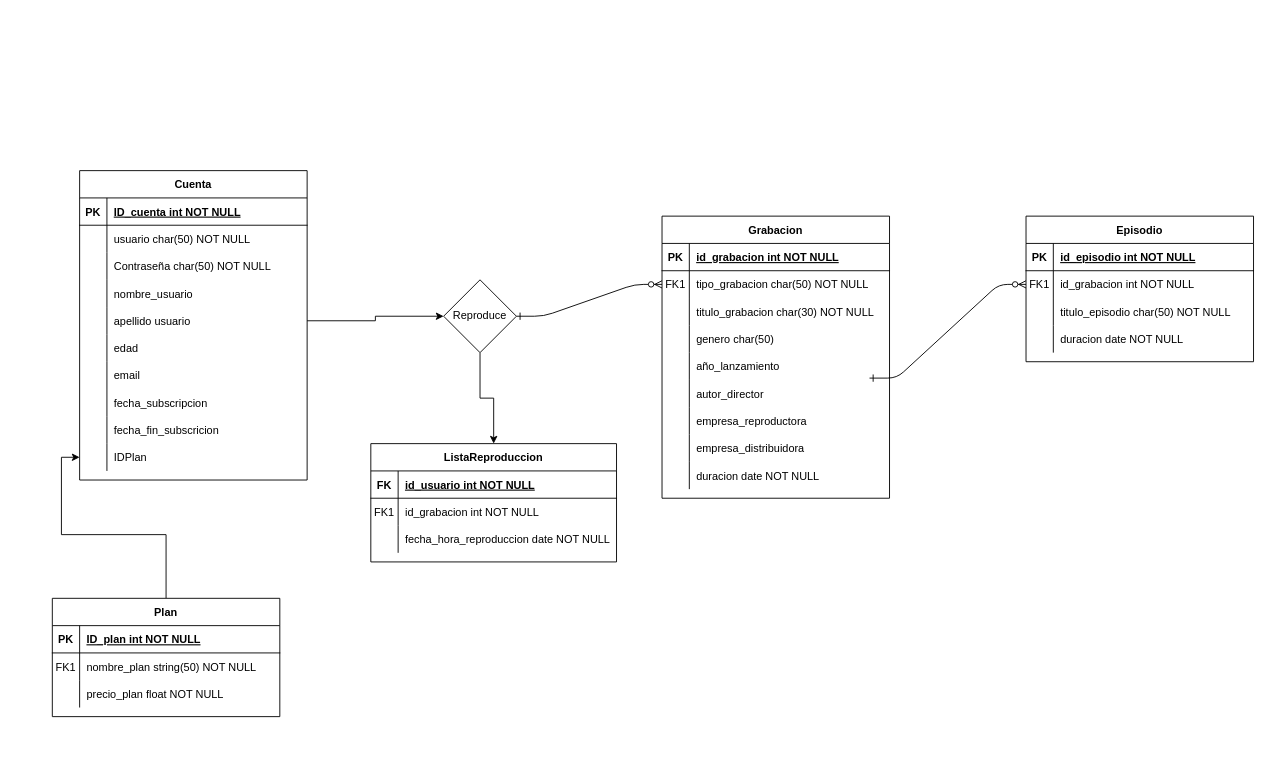
The draw.io diagram Untitled Diagram.drawio in IvanaCandyAguilar/SQL-Development, before the edit. Source tidied: cells renumbered, new cells numbered last; positions are measured from the earlier drawing's top-left corner, leaving out a move shared by most shapes. Both pictures are drawn from the tidied source at 91%, with x=0, y=0 at pixel (52, 170).
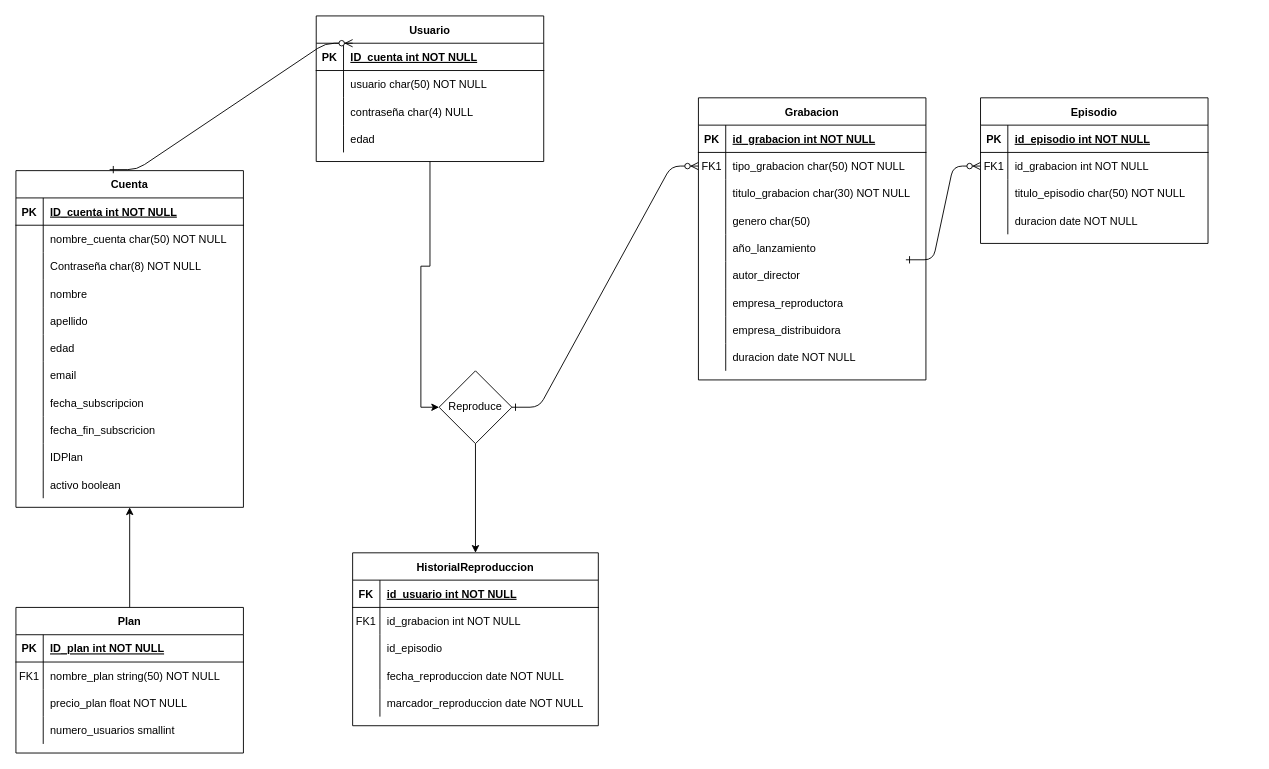
The same diagram, later.

Unchanged cells that the change refers to:
```xml
<mxCell id="21" style="shape=partialRectangle;fillColor=none;top=0;left=0;right=0;bottom=0;" parent="17" vertex="1">
  <mxGeometry y="60" width="250" height="30" as="geometry" />
</mxCell>
<mxCell id="24" style="shape=partialRectangle;fillColor=none;top=0;left=0;right=0;bottom=0;" parent="17" vertex="1">
  <mxGeometry y="90" width="250" height="30" as="geometry" />
</mxCell>
<mxCell id="27" style="shape=partialRectangle;fillColor=none;top=0;left=0;right=0;bottom=0;" parent="17" vertex="1">
  <mxGeometry y="120" width="250" height="30" as="geometry" />
</mxCell>
<mxCell id="30" style="shape=partialRectangle;fillColor=none;points=[[0,0.5],[1,0.5]];portConstraint=eastwest;top=0;left=0;right=0;bottom=0;" parent="17" vertex="1">
  <mxGeometry y="150" width="250" height="30" as="geometry" />
</mxCell>
<mxCell id="45" style="shape=partialRectangle;fillColor=none;points=[[0,0.5],[1,0.5]];portConstraint=eastwest;top=0;left=0;right=0;bottom=0;" parent="17" vertex="1">
  <mxGeometry y="300" width="250" height="30" as="geometry" />
</mxCell>
<mxCell id="70" style="shape=partialRectangle;fillColor=none;top=0;left=0;right=0;bottom=0;" parent="63" vertex="1">
  <mxGeometry y="90" width="270" height="30" as="geometry" />
</mxCell>
```

The edit, as a diff of the source:
```diff
@@
     <mxCell id="4" value="Episodio" style="shape=table;startSize=30;childLayout=tableLayout;rowLines=0;fontStyle=1;align=center;" parent="1" vertex="1">
-      <mxGeometry x="1070" y="50" width="250" height="160" as="geometry" />
+      <mxGeometry x="1020" y="-80" width="250" height="160" as="geometry" />
     </mxCell>
@@
     <mxCell id="17" value="Cuenta" style="shape=table;startSize=30;childLayout=tableLayout;rowLines=0;fontStyle=1;align=center;" parent="1" vertex="1">
-      <mxGeometry x="30" width="250" height="340" as="geometry" />
+      <mxGeometry x="-40" width="250" height="370" as="geometry" />
     </mxCell>
@@
-    <mxCell id="23" value="usuario char(50) NOT NULL" style="shape=partialRectangle;overflow=hidden;fillColor=none;top=0;left=0;bottom=0;right=0;align=left;spacingLeft=6;" parent="21" vertex="1">
+    <mxCell id="23" value="nombre_cuenta char(50) NOT NULL" style="shape=partialRectangle;overflow=hidden;fillColor=none;top=0;left=0;bottom=0;right=0;align=left;spacingLeft=6;" parent="21" vertex="1">
       <mxGeometry x="30" width="220" height="30" as="geometry" />
     </mxCell>
@@
-    <mxCell id="26" style="shape=partialRectangle;overflow=hidden;fillColor=none;top=0;left=0;bottom=0;right=0;align=left;spacingLeft=6;" parent="24" vertex="1">
+    <mxCell id="26" value="Contraseña char(8) NOT NULL" style="shape=partialRectangle;overflow=hidden;fillColor=none;top=0;left=0;bottom=0;right=0;align=left;spacingLeft=6;" parent="24" vertex="1">
       <mxGeometry x="30" width="220" height="30" as="geometry" />
     </mxCell>
@@
-    <mxCell id="29" value="nombre_usuario" style="shape=partialRectangle;overflow=hidden;fillColor=none;top=0;left=0;bottom=0;right=0;align=left;spacingLeft=6;" parent="27" vertex="1">
+    <mxCell id="29" value="nombre" style="shape=partialRectangle;overflow=hidden;fillColor=none;top=0;left=0;bottom=0;right=0;align=left;spacingLeft=6;" parent="27" vertex="1">
       <mxGeometry x="30" width="220" height="30" as="geometry" />
     </mxCell>
@@
-    <mxCell id="32" value="apellido usuario" style="shape=partialRectangle;overflow=hidden;fillColor=none;top=0;left=0;bottom=0;right=0;align=left;spacingLeft=6;" parent="30" vertex="1">
+    <mxCell id="32" value="apellido" style="shape=partialRectangle;overflow=hidden;fillColor=none;top=0;left=0;bottom=0;right=0;align=left;spacingLeft=6;" parent="30" vertex="1">
       <mxGeometry x="30" width="220" height="30" as="geometry" />
     </mxCell>
@@
-    <mxCell id="48" value="Contraseña char(50) NOT NULL" style="shape=partialRectangle;overflow=hidden;fillColor=none;top=0;left=0;bottom=0;right=0;align=left;spacingLeft=6;" parent="1" vertex="1">
-      <mxGeometry x="60" y="90" width="220" height="30" as="geometry" />
-    </mxCell>
+    <mxCell id="101" style="shape=partialRectangle;fillColor=none;top=0;left=0;right=0;bottom=0;" parent="17" vertex="1">
+      <mxGeometry y="330" width="250" height="30" as="geometry" />
+    </mxCell>
+    <mxCell id="102" style="shape=partialRectangle;overflow=hidden;fillColor=none;top=0;left=0;bottom=0;right=0;" parent="101" vertex="1">
+      <mxGeometry width="30" height="30" as="geometry" />
+    </mxCell>
+    <mxCell id="103" value="activo boolean" style="shape=partialRectangle;overflow=hidden;fillColor=none;top=0;left=0;bottom=0;right=0;align=left;spacingLeft=6;" parent="101" vertex="1">
+      <mxGeometry x="30" width="220" height="30" as="geometry" />
+    </mxCell>
-    <mxCell id="49" style="edgeStyle=orthogonalEdgeStyle;rounded=0;jettySize=auto;html=1;" parent="1" edge="1" source="50" target="45">
+    <mxCell id="49" style="edgeStyle=orthogonalEdgeStyle;rounded=0;jettySize=auto;html=1;entryX=0.5;entryY=1;entryDx=0;entryDy=0;" parent="1" edge="1" source="50" target="17">
       <mxGeometry relative="1" as="geometry" />
     </mxCell>
     <mxCell id="50" value="Plan" style="shape=table;startSize=30;childLayout=tableLayout;rowLines=0;fontStyle=1;align=center;" parent="1" vertex="1">
-      <mxGeometry y="470" width="250" height="130" as="geometry" />
+      <mxGeometry x="-40" y="480" width="250" height="160" as="geometry" />
     </mxCell>
@@
+    <mxCell id="104" style="shape=partialRectangle;fillColor=none;top=0;left=0;right=0;bottom=0;" parent="50" vertex="1">
+      <mxGeometry y="120" width="250" height="30" as="geometry" />
+    </mxCell>
+    <mxCell id="105" style="shape=partialRectangle;overflow=hidden;fillColor=none;top=0;left=0;bottom=0;right=0;" parent="104" vertex="1">
+      <mxGeometry width="30" height="30" as="geometry" />
+    </mxCell>
+    <mxCell id="106" value="numero_usuarios smallint" style="shape=partialRectangle;overflow=hidden;fillColor=none;top=0;left=0;bottom=0;right=0;align=left;spacingLeft=6;" parent="104" vertex="1">
+      <mxGeometry x="30" width="220" height="30" as="geometry" />
+    </mxCell>
@@
     <mxCell id="61" value="Reproduce" style="rhombus;whiteSpace=wrap;html=1;" parent="1" vertex="1">
-      <mxGeometry x="430" y="120" width="80" height="80" as="geometry" />
+      <mxGeometry x="425" y="220" width="80" height="80" as="geometry" />
     </mxCell>
-    <mxCell id="62" style="edgeStyle=orthogonalEdgeStyle;rounded=0;jettySize=auto;html=1;entryX=0;entryY=0.5;entryDx=0;entryDy=0;" parent="1" edge="1" source="30" target="61">
+    <mxCell id="62" style="edgeStyle=orthogonalEdgeStyle;rounded=0;jettySize=auto;html=1;entryX=0;entryY=0.5;entryDx=0;entryDy=0;exitX=0.5;exitY=1;exitDx=0;exitDy=0;" parent="1" edge="1" source="113" target="61">
       <mxGeometry relative="1" as="geometry" />
     </mxCell>
-    <mxCell id="63" value="ListaReproduccion" style="shape=table;startSize=30;childLayout=tableLayout;rowLines=0;fontStyle=1;align=center;" parent="1" vertex="1">
-      <mxGeometry x="350" y="300" width="270" height="130" as="geometry" />
+    <mxCell id="63" value="HistorialReproduccion" style="shape=table;startSize=30;childLayout=tableLayout;rowLines=0;fontStyle=1;align=center;" parent="1" vertex="1">
+      <mxGeometry x="330" y="420" width="270" height="190" as="geometry" />
     </mxCell>
@@
-    <mxCell id="72" value="fecha_hora_reproduccion date NOT NULL" style="shape=partialRectangle;overflow=hidden;fillColor=none;top=0;left=0;bottom=0;right=0;align=left;spacingLeft=6;" parent="70" vertex="1">
+    <mxCell id="72" value="id_episodio" style="shape=partialRectangle;overflow=hidden;fillColor=none;top=0;left=0;bottom=0;right=0;align=left;spacingLeft=6;" parent="70" vertex="1">
       <mxGeometry x="30" width="240" height="30" as="geometry" />
     </mxCell>
+    <mxCell id="107" style="shape=partialRectangle;fillColor=none;top=0;left=0;right=0;bottom=0;" parent="63" vertex="1">
+      <mxGeometry y="120" width="270" height="30" as="geometry" />
+    </mxCell>
+    <mxCell id="108" style="shape=partialRectangle;overflow=hidden;fillColor=none;top=0;left=0;bottom=0;right=0;" parent="107" vertex="1">
+      <mxGeometry width="30" height="30" as="geometry" />
+    </mxCell>
+    <mxCell id="109" value="fecha_reproduccion date NOT NULL" style="shape=partialRectangle;overflow=hidden;fillColor=none;top=0;left=0;bottom=0;right=0;align=left;spacingLeft=6;" parent="107" vertex="1">
+      <mxGeometry x="30" width="240" height="30" as="geometry" />
+    </mxCell>
+    <mxCell id="110" style="shape=partialRectangle;fillColor=none;top=0;left=0;right=0;bottom=0;" parent="63" vertex="1">
+      <mxGeometry y="150" width="270" height="30" as="geometry" />
+    </mxCell>
+    <mxCell id="111" style="shape=partialRectangle;overflow=hidden;fillColor=none;top=0;left=0;bottom=0;right=0;" parent="110" vertex="1">
+      <mxGeometry width="30" height="30" as="geometry" />
+    </mxCell>
+    <mxCell id="112" value="marcador_reproduccion date NOT NULL" style="shape=partialRectangle;overflow=hidden;fillColor=none;top=0;left=0;bottom=0;right=0;align=left;spacingLeft=6;" parent="110" vertex="1">
+      <mxGeometry x="30" width="240" height="30" as="geometry" />
+    </mxCell>
     <mxCell id="73" value="Grabacion" style="shape=table;startSize=30;childLayout=tableLayout;rowLines=0;fontStyle=1;align=center;" parent="1" vertex="1">
-      <mxGeometry x="670" y="50" width="250" height="310" as="geometry" />
+      <mxGeometry x="710" y="-80" width="250" height="310" as="geometry" />
     </mxCell>
@@
+    <mxCell id="113" value="Usuario" style="shape=table;startSize=30;childLayout=tableLayout;rowLines=0;fontStyle=1;align=center;" parent="1" vertex="1">
+      <mxGeometry x="290" y="-170" width="250" height="160" as="geometry" />
+    </mxCell>
+    <mxCell id="114" style="shape=partialRectangle;fillColor=none;top=0;left=0;right=0;bottom=1;" parent="113" vertex="1">
+      <mxGeometry y="30" width="250" height="30" as="geometry" />
+    </mxCell>
+    <mxCell id="115" value="PK" style="shape=partialRectangle;overflow=hidden;fillColor=none;top=0;left=0;bottom=0;right=0;fontStyle=1;" parent="114" vertex="1">
+      <mxGeometry width="30" height="30" as="geometry" />
+    </mxCell>
+    <mxCell id="116" value="ID_cuenta int NOT NULL " style="shape=partialRectangle;overflow=hidden;fillColor=none;top=0;left=0;bottom=0;right=0;align=left;spacingLeft=6;fontStyle=5;" parent="114" vertex="1">
+      <mxGeometry x="30" width="220" height="30" as="geometry" />
+    </mxCell>
+    <mxCell id="117" style="shape=partialRectangle;fillColor=none;top=0;left=0;right=0;bottom=0;" parent="113" vertex="1">
+      <mxGeometry y="60" width="250" height="30" as="geometry" />
+    </mxCell>
+    <mxCell id="118" style="shape=partialRectangle;overflow=hidden;fillColor=none;top=0;left=0;bottom=0;right=0;" parent="117" vertex="1">
+      <mxGeometry width="30" height="30" as="geometry" />
+    </mxCell>
+    <mxCell id="119" value="usuario char(50) NOT NULL" style="shape=partialRectangle;overflow=hidden;fillColor=none;top=0;left=0;bottom=0;right=0;align=left;spacingLeft=6;" parent="117" vertex="1">
+      <mxGeometry x="30" width="220" height="30" as="geometry" />
+    </mxCell>
+    <mxCell id="120" style="shape=partialRectangle;fillColor=none;top=0;left=0;right=0;bottom=0;" parent="113" vertex="1">
+      <mxGeometry y="90" width="250" height="30" as="geometry" />
+    </mxCell>
+    <mxCell id="121" style="shape=partialRectangle;overflow=hidden;fillColor=none;top=0;left=0;bottom=0;right=0;" parent="120" vertex="1">
+      <mxGeometry width="30" height="30" as="geometry" />
+    </mxCell>
+    <mxCell id="122" value="contraseña char(4) NULL" style="shape=partialRectangle;overflow=hidden;fillColor=none;top=0;left=0;bottom=0;right=0;align=left;spacingLeft=6;" parent="120" vertex="1">
+      <mxGeometry x="30" width="220" height="30" as="geometry" />
+    </mxCell>
+    <mxCell id="123" style="shape=partialRectangle;fillColor=none;top=0;left=0;right=0;bottom=0;" parent="113" vertex="1">
+      <mxGeometry y="120" width="250" height="30" as="geometry" />
+    </mxCell>
+    <mxCell id="124" style="shape=partialRectangle;overflow=hidden;fillColor=none;top=0;left=0;bottom=0;right=0;" parent="123" vertex="1">
+      <mxGeometry width="30" height="30" as="geometry" />
+    </mxCell>
+    <mxCell id="125" value="edad" style="shape=partialRectangle;overflow=hidden;fillColor=none;top=0;left=0;bottom=0;right=0;align=left;spacingLeft=6;" parent="123" vertex="1">
+      <mxGeometry x="30" width="220" height="30" as="geometry" />
+    </mxCell>
+    <mxCell id="126" style="edgeStyle=entityRelationEdgeStyle;endArrow=ERzeroToMany;startArrow=ERone;endFill=1;startFill=0;exitX=0.412;exitY=-0.003;exitDx=0;exitDy=0;exitPerimeter=0;" parent="1" edge="1" source="17">
+      <mxGeometry relative="1" as="geometry">
+        <mxPoint x="330" y="-140" as="targetPoint" />
+      </mxGeometry>
+    </mxCell>
```
